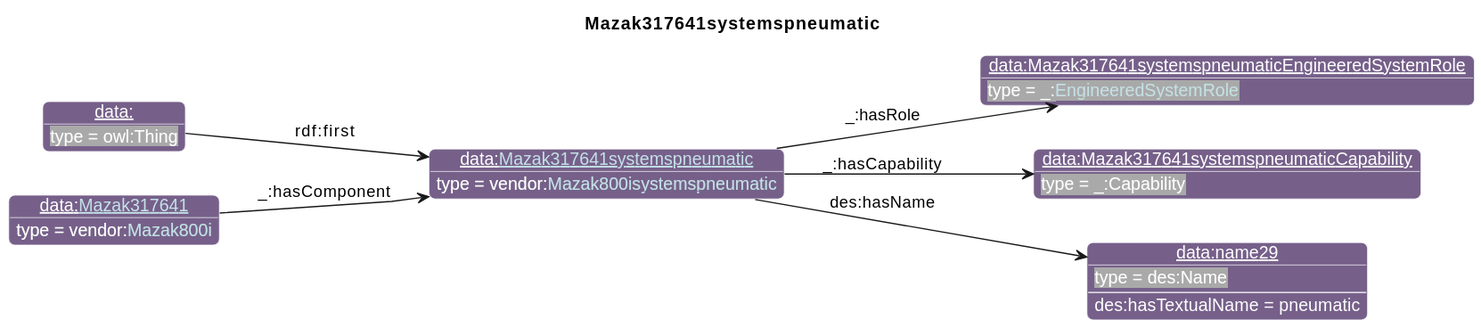
Earlier version of the PlantUML export diagrams/Mazak317641systemspneumatic.svg (iofoundry/example-syseng-mtconnect).
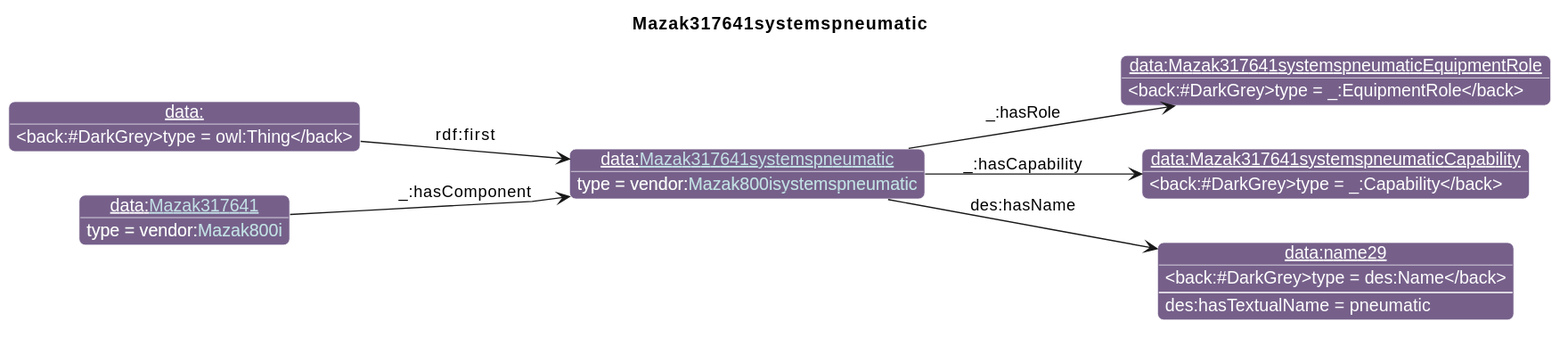
After the change.

The edit, as a diff of the source:
```diff
@@ -26,7 +26,7 @@
                       "qp":"641B2E"
       }
 individual(o0, data:[[./Mazak317641systemspneumatic.html Mazak317641systemspneumatic]], vendor:[[../Mazak.html#Mazak800isystemspneumatic Mazak800isystemspneumatic]])
-individual(o1, data:Mazak317641systemspneumaticEngineeredSystemRole, _:[[../MTConnect.html#EngineeredSystemRole EngineeredSystemRole]])
+individual(o1, data:Mazak317641systemspneumaticEquipmentRole, _:EquipmentRole)
 individual(o2, data:Mazak317641systemspneumaticCapability, _:Capability)
 individual(o3, data:name29, des:Name)
 individual(o4, data:, owl:Thing)
```
